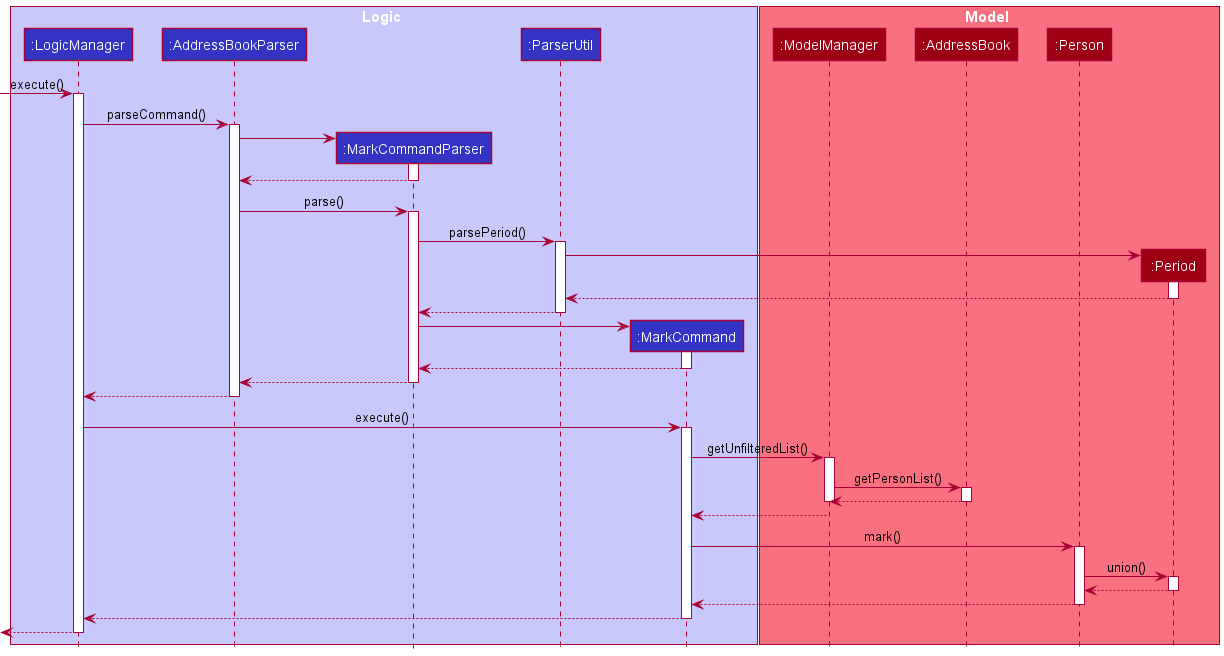
Earlier version of the PlantUML export docs/images/MarkSequenceDiagram.png (nus-cs2103-AY2122S1/tp).
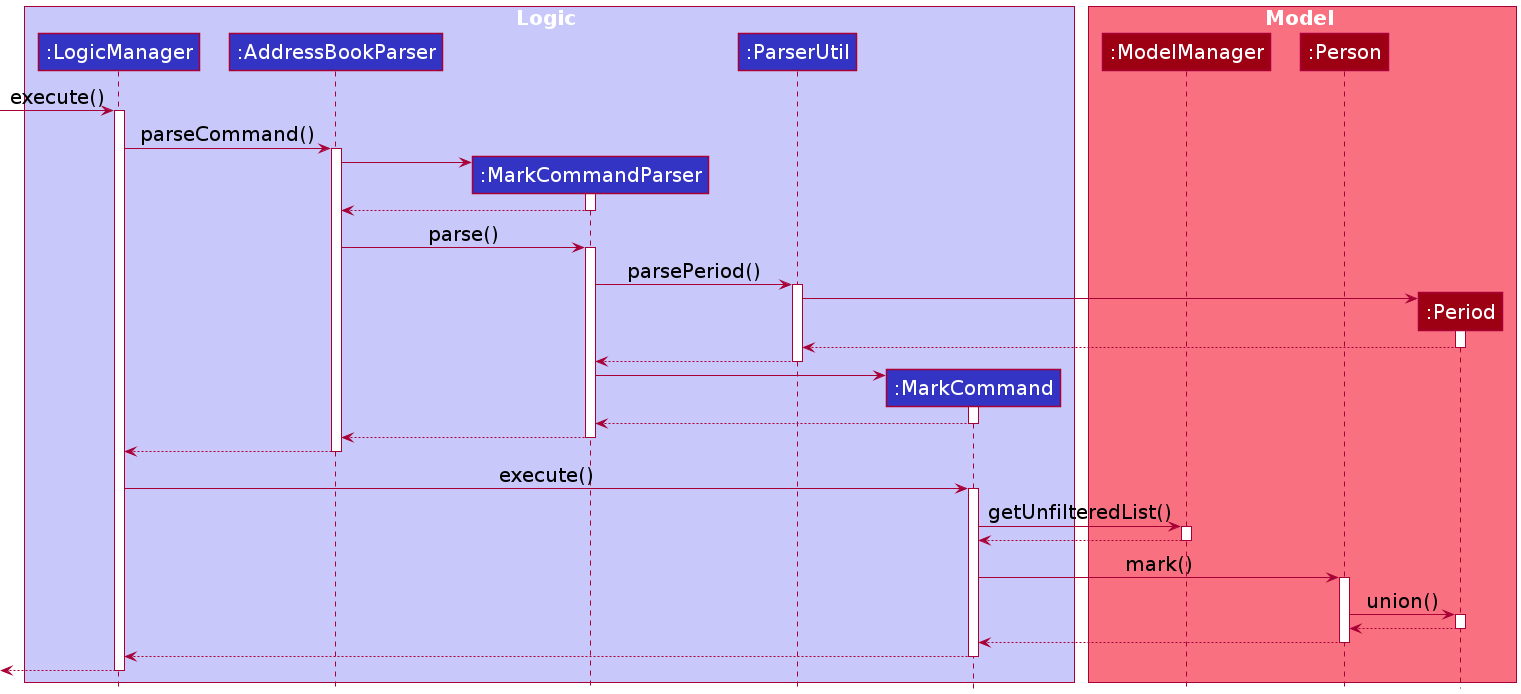
After the commit.

Change to the diagram source:
```diff
@@ -1,5 +1,9 @@
 @startuml
 !include style.puml
+
+skinparam defaultFontSize 20
+skinparam NoteFontSize 20
+skinparam SequenceBoxFontSize 20
 
 box Logic LOGIC_COLOR_T1
 participant ":LogicManager" as LogicManager LOGIC_COLOR
@@ -12,7 +16,6 @@
 
 box Model MODEL_COLOR_T1
 participant ":ModelManager" as Model MODEL_COLOR
-participant ":AddressBook" as AddressBook MODEL_COLOR
 participant ":Person" as Person MODEL_COLOR
 participant ":Period" as Period MODEL_COLOR
 end box
@@ -63,15 +66,12 @@
 
 MarkCommand -> Model : getUnfilteredList()
 activate Model
-Model -> AddressBook : getPersonList()
-activate AddressBook
-AddressBook --> Model
-deactivate AddressBook
 
+
+Model --> MarkCommand
 deactivate Model
-Model --> MarkCommand
+MarkCommand -> Person : mark()
 
-MarkCommand -> Person : mark()
 activate Person
 Person -> Period : union()
 activate Period
```
